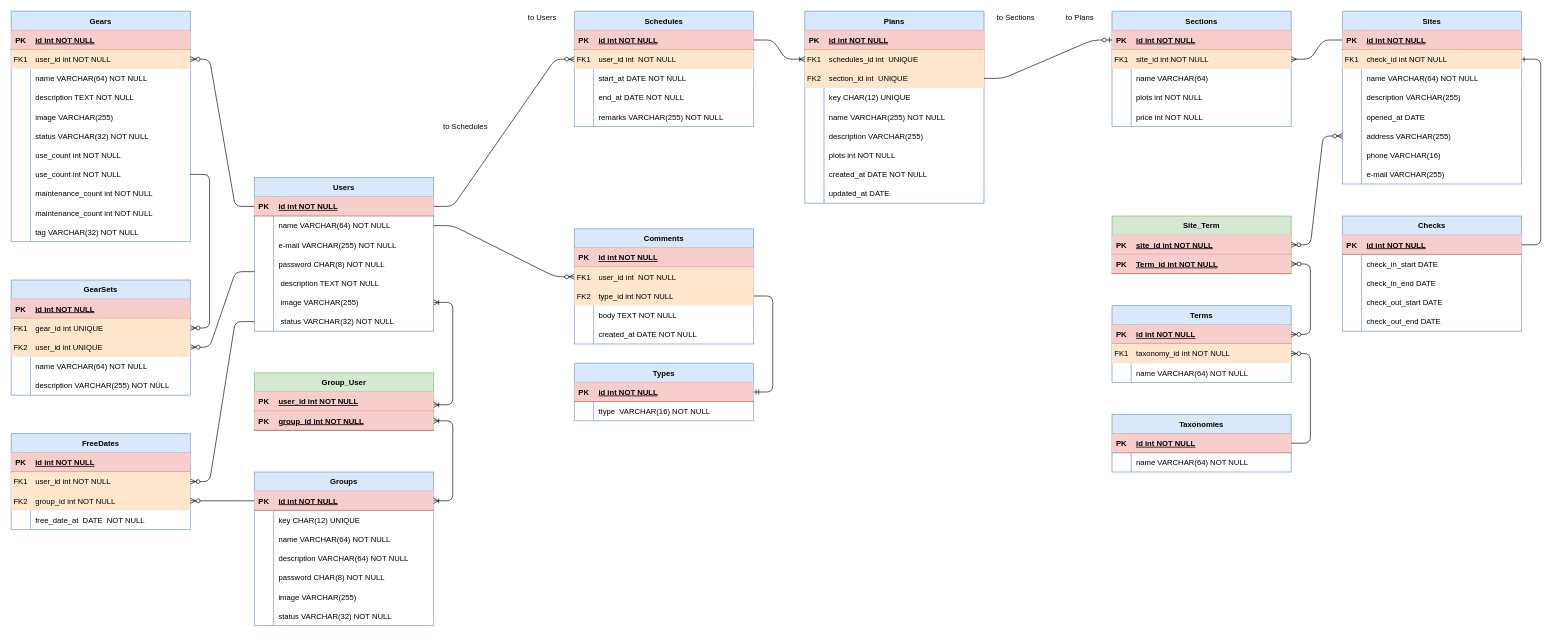
Above: Untitled Diagram.drawio in tty128/camp-manage-app (draw.io), before the change. Source tidied: cells renumbered, new cells numbered last; positions are measured from the earlier drawing's top-left corner, leaving out a move shared by most shapes. Both pictures are drawn from the tidied source at 64%, with x=0, y=0 at pixel (11, 11).
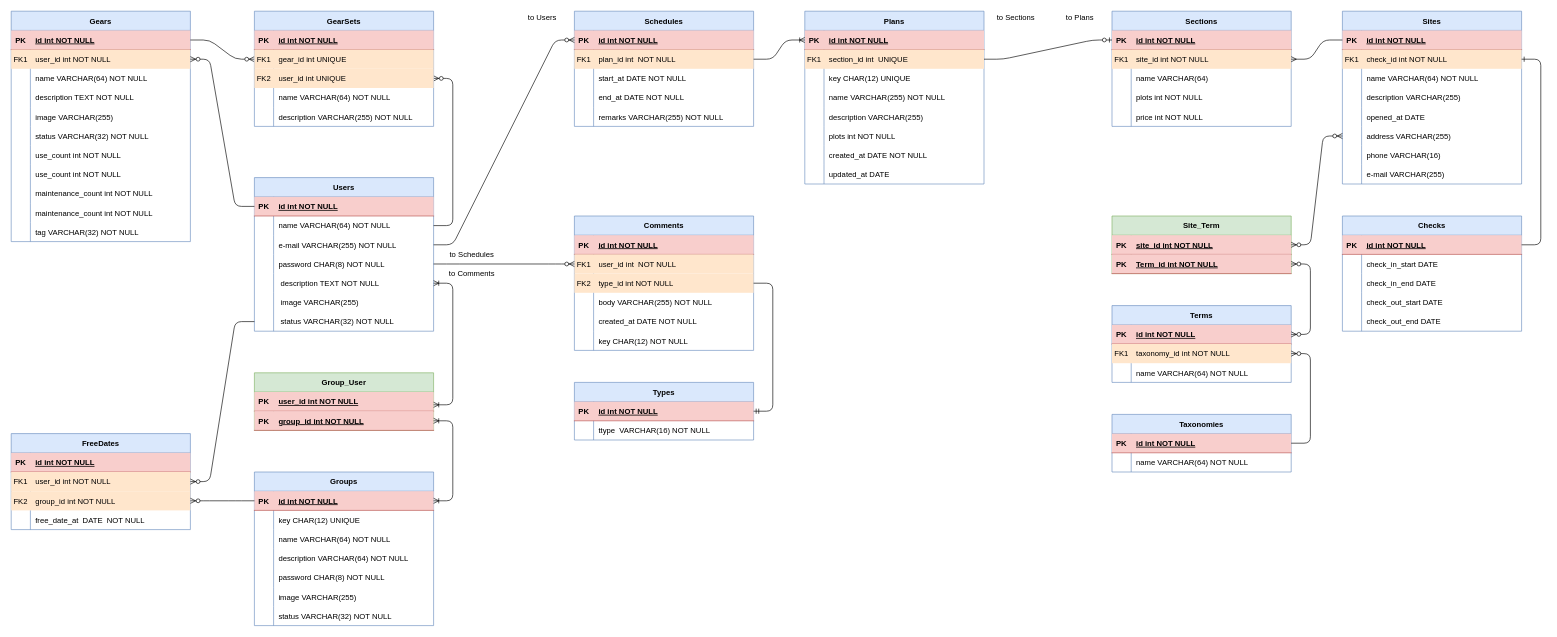
After the change.

The change refers to these unchanged cells:
```xml
<mxCell id="3" style="shape=partialRectangle;fillColor=#f8cecc;points=[[0,0.5],[1,0.5]];portConstraint=eastwest;top=0;left=0;right=0;bottom=1;strokeColor=#b85450;" parent="2" vertex="1">
  <mxGeometry y="30" width="280" height="30" as="geometry" />
</mxCell>
<mxCell id="6" style="shape=partialRectangle;fillColor=none;points=[[0,0.5],[1,0.5]];portConstraint=eastwest;top=0;left=0;right=0;bottom=0;" parent="2" vertex="1">
  <mxGeometry y="60" width="280" height="30" as="geometry" />
</mxCell>
<mxCell id="9" style="shape=partialRectangle;fillColor=none;points=[[0,0.5],[1,0.5]];portConstraint=eastwest;top=0;left=0;right=0;bottom=0;" parent="2" vertex="1">
  <mxGeometry y="90" width="280" height="30" as="geometry" />
</mxCell>
<mxCell id="12" style="shape=partialRectangle;fillColor=none;points=[[0,0.5],[1,0.5]];portConstraint=eastwest;top=0;left=0;right=0;bottom=0;" parent="2" vertex="1">
  <mxGeometry y="120" width="280" height="30" as="geometry" />
</mxCell>
<mxCell id="15" style="shape=partialRectangle;fillColor=none;points=[[0,0.5],[1,0.5]];portConstraint=eastwest;top=0;left=0;right=0;bottom=0;" parent="2" vertex="1">
  <mxGeometry y="150" width="280" height="30" as="geometry" />
</mxCell>
<mxCell id="18" style="shape=partialRectangle;fillColor=none;points=[[0,0.5],[1,0.5]];portConstraint=eastwest;top=0;left=0;right=0;bottom=0;" parent="2" vertex="1">
  <mxGeometry y="180" width="280" height="30" as="geometry" />
</mxCell>
<mxCell id="47" style="shape=partialRectangle;fillColor=#f8cecc;points=[[0,0.5],[1,0.5]];portConstraint=eastwest;top=0;left=0;right=0;bottom=1;strokeColor=#b85450;" parent="46" vertex="1">
  <mxGeometry y="30" width="280" height="30" as="geometry" />
</mxCell>
<mxCell id="81" style="shape=partialRectangle;fillColor=#f8cecc;points=[[0,0.5],[1,0.5]];portConstraint=eastwest;top=0;left=0;right=0;bottom=1;strokeColor=#b85450;" parent="80" vertex="1">
  <mxGeometry y="30" width="280" height="30" as="geometry" />
</mxCell>
<mxCell id="84" style="shape=partialRectangle;fillColor=#ffe6cc;points=[[0,0.5],[1,0.5]];portConstraint=eastwest;top=0;left=0;right=0;bottom=0;strokeColor=#d79b00;" parent="80" vertex="1">
  <mxGeometry y="60" width="280" height="30" as="geometry" />
</mxCell>
<mxCell id="158" style="shape=partialRectangle;fillColor=#f8cecc;points=[[0,0.5],[1,0.5]];portConstraint=eastwest;top=0;left=0;right=0;bottom=1;strokeColor=#b85450;" parent="157" vertex="1">
  <mxGeometry y="30" width="280" height="30" as="geometry" />
</mxCell>
<mxCell id="179" style="shape=partialRectangle;fillColor=none;points=[[0,0.5],[1,0.5]];portConstraint=eastwest;top=0;left=0;right=0;bottom=0;" parent="157" vertex="1">
  <mxGeometry y="240" width="280" height="30" as="geometry" />
</mxCell>
<mxCell id="192" style="shape=partialRectangle;fillColor=#f8cecc;points=[[0,0.5],[1,0.5]];portConstraint=eastwest;top=0;left=0;right=0;bottom=1;strokeColor=#b85450;" parent="191" vertex="1">
  <mxGeometry y="30" width="280" height="30" as="geometry" />
</mxCell>
<mxCell id="242" style="shape=partialRectangle;fillColor=#ffe6cc;points=[[0,0.5],[1,0.5]];portConstraint=eastwest;top=0;left=0;right=0;bottom=0;strokeColor=#d79b00;" parent="238" vertex="1">
  <mxGeometry y="60" width="280" height="30" as="geometry" />
</mxCell>
<mxCell id="248" style="shape=partialRectangle;fillColor=none;top=0;left=0;right=0;bottom=0;" parent="238" vertex="1">
  <mxGeometry y="120" width="280" height="30" as="geometry" />
</mxCell>
<mxCell id="262" style="shape=partialRectangle;fillColor=#ffe6cc;points=[[0,0.5],[1,0.5]];portConstraint=eastwest;top=0;left=0;right=0;bottom=0;strokeColor=#d79b00;" parent="258" vertex="1">
  <mxGeometry y="60" width="280" height="30" as="geometry" />
</mxCell>
<mxCell id="265" style="shape=partialRectangle;fillColor=#ffe6cc;points=[[0,0.5],[1,0.5]];portConstraint=eastwest;top=0;left=0;right=0;bottom=0;strokeColor=#d79b00;" parent="258" vertex="1">
  <mxGeometry y="90" width="280" height="30" as="geometry" />
</mxCell>
```

The edit, as a diff of the source:
```diff
@@
-    <mxCell id="54" style="edgeStyle=entityRelationEdgeStyle;fontSize=12;html=1;endArrow=ERoneToMany;startArrow=ERoneToMany;entryX=1;entryY=0.5;entryDx=0;entryDy=0;exitX=1;exitY=0.667;exitDx=0;exitDy=0;exitPerimeter=0;" parent="1" edge="1" source="47" target="18">
+    <mxCell id="54" style="edgeStyle=entityRelationEdgeStyle;fontSize=12;html=1;endArrow=ERoneToMany;startArrow=ERoneToMany;entryX=1;entryY=0.5;entryDx=0;entryDy=0;exitX=1;exitY=0.667;exitDx=0;exitDy=0;exitPerimeter=0;" parent="1" edge="1" source="47" target="15">
       <mxGeometry relative="1" as="geometry" />
     </mxCell>
@@
-    <mxCell id="86" value="user_id int  NOT NULL" style="shape=partialRectangle;overflow=hidden;fillColor=none;top=0;left=0;bottom=0;right=0;align=left;spacingLeft=6;" parent="84" vertex="1">
+    <mxCell id="86" value="plan_id int  NOT NULL" style="shape=partialRectangle;overflow=hidden;fillColor=none;top=0;left=0;bottom=0;right=0;align=left;spacingLeft=6;" parent="84" vertex="1">
       <mxGeometry x="30" width="250" height="30" as="geometry" />
     </mxCell>
@@
     <mxCell id="191" value="Plans" style="shape=table;startSize=30;childLayout=tableLayout;rowLines=0;fontStyle=1;align=center;fillColor=#dae8fc;strokeColor=#6c8ebf;" parent="1" vertex="1">
-      <mxGeometry x="1240" width="280" height="300" as="geometry" />
+      <mxGeometry x="1240" width="280" height="270" as="geometry" />
     </mxCell>
@@
-    <mxCell id="195" style="shape=partialRectangle;fillColor=#ffe6cc;points=[[0,0.5],[1,0.5]];portConstraint=eastwest;top=0;left=0;right=0;bottom=0;strokeColor=#d79b00;" parent="191" vertex="1">
-      <mxGeometry y="60" width="280" height="30" as="geometry" />
-    </mxCell>
-    <mxCell id="196" value="FK1" style="shape=partialRectangle;overflow=hidden;fillColor=none;top=0;left=0;bottom=0;right=0;" parent="195" vertex="1">
-      <mxGeometry width="30" height="30" as="geometry" />
-    </mxCell>
-    <mxCell id="197" value="schedules_id int  UNIQUE" style="shape=partialRectangle;overflow=hidden;fillColor=none;top=0;left=0;bottom=0;right=0;align=left;spacingLeft=6;" parent="195" vertex="1">
-      <mxGeometry x="30" width="250" height="30" as="geometry" />
-    </mxCell>
     <mxCell id="198" style="shape=partialRectangle;fillColor=#ffe6cc;points=[[0,0.5],[1,0.5]];portConstraint=eastwest;top=0;left=0;right=0;bottom=0;strokeColor=#d79b00;" parent="191" vertex="1">
-      <mxGeometry y="90" width="280" height="30" as="geometry" />
+      <mxGeometry y="60" width="280" height="30" as="geometry" />
     </mxCell>
-    <mxCell id="199" value="FK2" style="shape=partialRectangle;overflow=hidden;fillColor=none;top=0;left=0;bottom=0;right=0;" parent="198" vertex="1">
+    <mxCell id="199" value="FK1" style="shape=partialRectangle;overflow=hidden;fillColor=none;top=0;left=0;bottom=0;right=0;" parent="198" vertex="1">
       <mxGeometry width="30" height="30" as="geometry" />
     </mxCell>
@@
     <mxCell id="201" style="shape=partialRectangle;fillColor=none;top=0;left=0;right=0;bottom=0;" parent="191" vertex="1">
-      <mxGeometry y="120" width="280" height="30" as="geometry" />
+      <mxGeometry y="90" width="280" height="30" as="geometry" />
     </mxCell>
@@
     <mxCell id="204" style="shape=partialRectangle;fillColor=none;top=0;left=0;right=0;bottom=0;" parent="191" vertex="1">
-      <mxGeometry y="150" width="280" height="30" as="geometry" />
+      <mxGeometry y="120" width="280" height="30" as="geometry" />
     </mxCell>
@@
     <mxCell id="207" style="shape=partialRectangle;fillColor=none;top=0;left=0;right=0;bottom=0;" parent="191" vertex="1">
-      <mxGeometry y="180" width="280" height="30" as="geometry" />
+      <mxGeometry y="150" width="280" height="30" as="geometry" />
     </mxCell>
@@
     <mxCell id="210" style="shape=partialRectangle;fillColor=none;top=0;left=0;right=0;bottom=0;" parent="191" vertex="1">
-      <mxGeometry y="210" width="280" height="30" as="geometry" />
+      <mxGeometry y="180" width="280" height="30" as="geometry" />
     </mxCell>
@@
     <mxCell id="213" style="shape=partialRectangle;fillColor=none;top=0;left=0;right=0;bottom=0;" parent="191" vertex="1">
-      <mxGeometry y="240" width="280" height="30" as="geometry" />
+      <mxGeometry y="210" width="280" height="30" as="geometry" />
     </mxCell>
@@
     <mxCell id="216" style="shape=partialRectangle;fillColor=none;top=0;left=0;right=0;bottom=0;" parent="191" vertex="1">
-      <mxGeometry y="270" width="280" height="30" as="geometry" />
+      <mxGeometry y="240" width="280" height="30" as="geometry" />
     </mxCell>
@@
-    <mxCell id="220" style="edgeStyle=entityRelationEdgeStyle;fontSize=12;html=1;endArrow=ERoneToMany;exitX=1;exitY=0.5;exitDx=0;exitDy=0;entryX=0;entryY=0.5;entryDx=0;entryDy=0;" parent="1" edge="1" source="81" target="195">
+    <mxCell id="220" style="edgeStyle=entityRelationEdgeStyle;fontSize=12;html=1;endArrow=ERoneToMany;exitX=1;exitY=0.5;exitDx=0;exitDy=0;entryX=0;entryY=0.5;entryDx=0;entryDy=0;" parent="1" edge="1" source="84" target="192">
       <mxGeometry relative="1" as="geometry" />
     </mxCell>
-    <mxCell id="221" style="edgeStyle=entityRelationEdgeStyle;fontSize=12;html=1;endArrow=ERzeroToMany;endFill=1;exitX=1;exitY=0.5;exitDx=0;exitDy=0;entryX=0;entryY=0.5;entryDx=0;entryDy=0;" parent="1" edge="1" source="3" target="84">
+    <mxCell id="221" style="edgeStyle=entityRelationEdgeStyle;fontSize=12;html=1;endArrow=ERzeroToMany;endFill=1;exitX=1;exitY=0.5;exitDx=0;exitDy=0;entryX=0;entryY=0.5;entryDx=0;entryDy=0;" parent="1" edge="1" source="9" target="81">
       <mxGeometry relative="1" as="geometry" />
     </mxCell>
@@
     <mxCell id="223" value="to Schedules" style="text;html=1;strokeColor=none;fillColor=none;align=center;verticalAlign=middle;whiteSpace=wrap;overflow=hidden;" parent="1" vertex="1">
-      <mxGeometry x="670" y="170" width="80" height="20" as="geometry" />
+      <mxGeometry x="680" y="370" width="80" height="20" as="geometry" />
     </mxCell>
@@
     <mxCell id="238" value="Comments" style="shape=table;startSize=30;childLayout=tableLayout;rowLines=0;fontStyle=1;align=center;fillColor=#dae8fc;strokeColor=#6c8ebf;" parent="1" vertex="1">
-      <mxGeometry x="880" y="340" width="280" height="180" as="geometry" />
+      <mxGeometry x="880" y="320" width="280" height="210" as="geometry" />
     </mxCell>
@@
-    <mxCell id="250" value="body TEXT NOT NULL" style="shape=partialRectangle;overflow=hidden;fillColor=none;top=0;left=0;bottom=0;right=0;align=left;spacingLeft=6;" parent="248" vertex="1">
+    <mxCell id="250" value="body VARCHAR(255) NOT NULL" style="shape=partialRectangle;overflow=hidden;fillColor=none;top=0;left=0;bottom=0;right=0;align=left;spacingLeft=6;" parent="248" vertex="1">
       <mxGeometry x="30" width="250" height="30" as="geometry" />
     </mxCell>
@@
+    <mxCell id="285" style="shape=partialRectangle;fillColor=none;top=0;left=0;right=0;bottom=0;" parent="238" vertex="1">
+      <mxGeometry y="180" width="280" height="30" as="geometry" />
+    </mxCell>
+    <mxCell id="286" style="shape=partialRectangle;overflow=hidden;fillColor=none;top=0;left=0;bottom=0;right=0;" parent="285" vertex="1">
+      <mxGeometry width="30" height="30" as="geometry" />
+    </mxCell>
+    <mxCell id="287" value="key CHAR(12) NOT NULL" style="shape=partialRectangle;overflow=hidden;fillColor=none;top=0;left=0;bottom=0;right=0;align=left;spacingLeft=6;" parent="285" vertex="1">
+      <mxGeometry x="30" width="250" height="30" as="geometry" />
+    </mxCell>
-    <mxCell id="254" style="edgeStyle=entityRelationEdgeStyle;fontSize=12;html=1;endArrow=ERzeroToMany;endFill=1;exitX=1;exitY=0.5;exitDx=0;exitDy=0;entryX=0;entryY=0.5;entryDx=0;entryDy=0;" parent="1" edge="1" source="6" target="242">
+    <mxCell id="254" style="edgeStyle=entityRelationEdgeStyle;fontSize=12;html=1;endArrow=ERzeroToMany;endFill=1;exitX=1;exitY=0.5;exitDx=0;exitDy=0;entryX=0;entryY=0.5;entryDx=0;entryDy=0;" parent="1" edge="1" source="12" target="242">
       <mxGeometry relative="1" as="geometry" />
     </mxCell>
@@
-    <mxCell id="256" style="edgeStyle=entityRelationEdgeStyle;fontSize=12;html=1;endArrow=ERzeroToMany;endFill=1;exitX=1;exitY=0.5;exitDx=0;exitDy=0;entryX=1;entryY=0.5;entryDx=0;entryDy=0;" parent="1" edge="1" source="179" target="262">
+    <mxCell id="256" style="edgeStyle=entityRelationEdgeStyle;fontSize=12;html=1;endArrow=ERzeroToMany;endFill=1;exitX=1;exitY=0.5;exitDx=0;exitDy=0;entryX=0;entryY=0.5;entryDx=0;entryDy=0;" parent="1" edge="1" source="158" target="262">
       <mxGeometry relative="1" as="geometry" />
     </mxCell>
-    <mxCell id="257" style="edgeStyle=entityRelationEdgeStyle;fontSize=12;html=1;endArrow=ERzeroToMany;endFill=1;exitX=0.002;exitY=0.9;exitDx=0;exitDy=0;exitPerimeter=0;entryX=1;entryY=0.5;entryDx=0;entryDy=0;" parent="1" edge="1" source="12" target="265">
+    <mxCell id="257" style="edgeStyle=entityRelationEdgeStyle;fontSize=12;html=1;endArrow=ERzeroToMany;endFill=1;entryX=1;entryY=0.5;entryDx=0;entryDy=0;exitX=1;exitY=0.5;exitDx=0;exitDy=0;" parent="1" edge="1" source="6" target="265">
       <mxGeometry relative="1" as="geometry" />
     </mxCell>
     <mxCell id="258" value="GearSets" style="shape=table;startSize=30;childLayout=tableLayout;rowLines=0;fontStyle=1;align=center;fillColor=#dae8fc;strokeColor=#6c8ebf;" parent="1" vertex="1">
-      <mxGeometry y="420" width="280" height="180" as="geometry" />
+      <mxGeometry x="380" width="280" height="180" as="geometry" />
     </mxCell>
@@
     <mxCell id="275" value="Types" style="shape=table;startSize=30;childLayout=tableLayout;rowLines=0;fontStyle=1;align=center;fillColor=#dae8fc;strokeColor=#6c8ebf;" parent="1" vertex="1">
-      <mxGeometry x="880" y="550" width="280" height="90" as="geometry" />
+      <mxGeometry x="880" y="580" width="280" height="90" as="geometry" />
     </mxCell>
@@
+    <mxCell id="288" value="to Comments" style="text;html=1;strokeColor=none;fillColor=none;align=center;verticalAlign=middle;whiteSpace=wrap;overflow=hidden;" parent="1" vertex="1">
+      <mxGeometry x="680" y="400" width="80" height="20" as="geometry" />
+    </mxCell>
```
